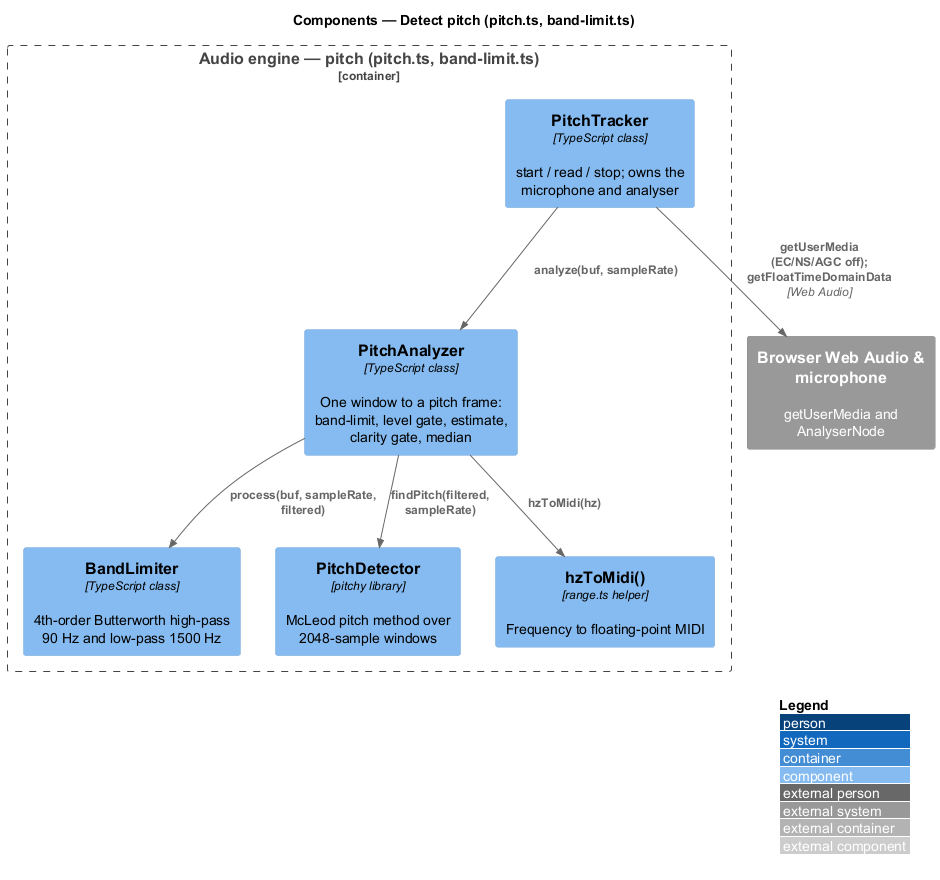
The PlantUML diagram docs/detailed-designs/audio-engine/detect-pitch/diagrams/c4-component.png in QuinntyneBrown/TwinkleTune, before a commit.
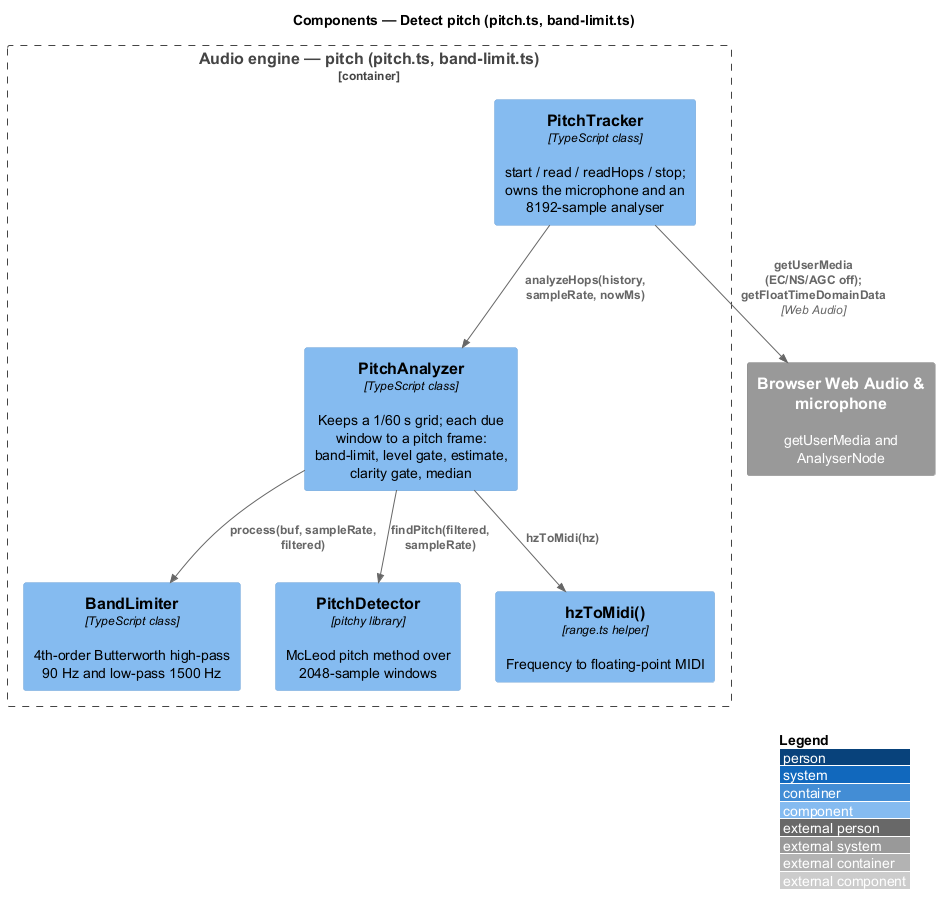
Later version of the same file.

What changed in the source:
```diff
@@ -4,8 +4,8 @@
 title Components — Detect pitch (pitch.ts, band-limit.ts)
 
 Container_Boundary(engine, "Audio engine — pitch (pitch.ts, band-limit.ts)") {
-  Component(tracker, "PitchTracker", "TypeScript class", "start / read / stop; owns the microphone and analyser")
-  Component(analyzer, "PitchAnalyzer", "TypeScript class", "One window to a pitch frame: band-limit, level gate, estimate, clarity gate, median")
+  Component(tracker, "PitchTracker", "TypeScript class", "start / read / readHops / stop; owns the microphone and an 8192-sample analyser")
+  Component(analyzer, "PitchAnalyzer", "TypeScript class", "Keeps a 1/60 s grid; each due window to a pitch frame: band-limit, level gate, estimate, clarity gate, median")
   Component(band, "BandLimiter", "TypeScript class", "4th-order Butterworth high-pass 90 Hz and low-pass 1500 Hz")
   Component(detector, "PitchDetector", "pitchy library", "McLeod pitch method over 2048-sample windows")
   Component(range, "hzToMidi()", "range.ts helper", "Frequency to floating-point MIDI")
@@ -13,7 +13,7 @@
 System_Ext(browser, "Browser Web Audio & microphone", "getUserMedia and AnalyserNode")
 
 Rel(tracker, browser, "getUserMedia (EC/NS/AGC off); getFloatTimeDomainData", "Web Audio")
-Rel(tracker, analyzer, "analyze(buf, sampleRate)")
+Rel(tracker, analyzer, "analyzeHops(history, sampleRate, nowMs)")
 Rel(analyzer, band, "process(buf, sampleRate, filtered)")
 Rel(analyzer, detector, "findPitch(filtered, sampleRate)")
 Rel(analyzer, range, "hzToMidi(hz)")
```
